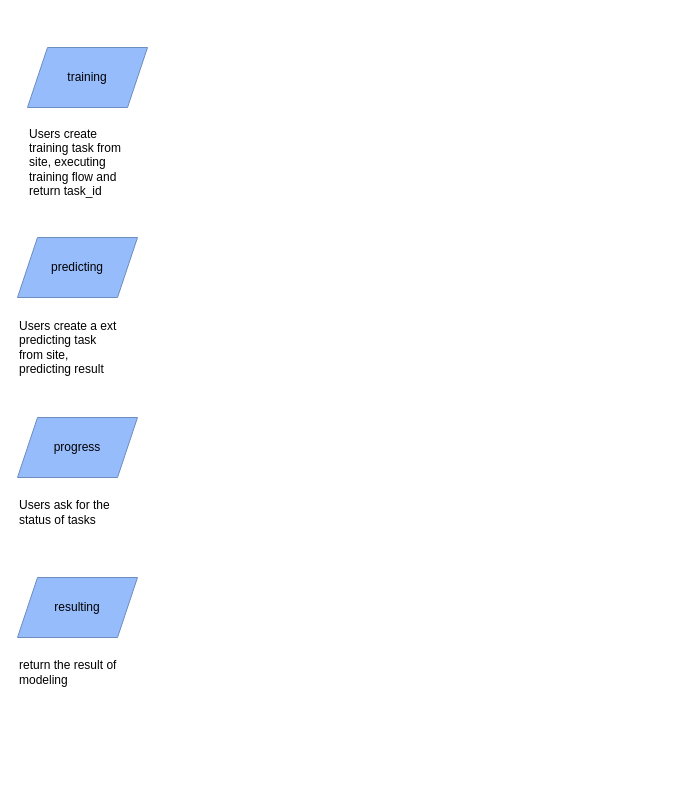
Before: page "API" (2 of 4) of graph/modeling_api.drawio in ychuang789/labelapi, a draw.io diagram. Source tidied: cells renumbered, new cells numbered last; positions are measured from the earlier drawing's top-left corner, leaving out a move shared by most shapes. Both pictures are drawn from the tidied source at 100%, with x=0, y=0 at pixel (17, 47).
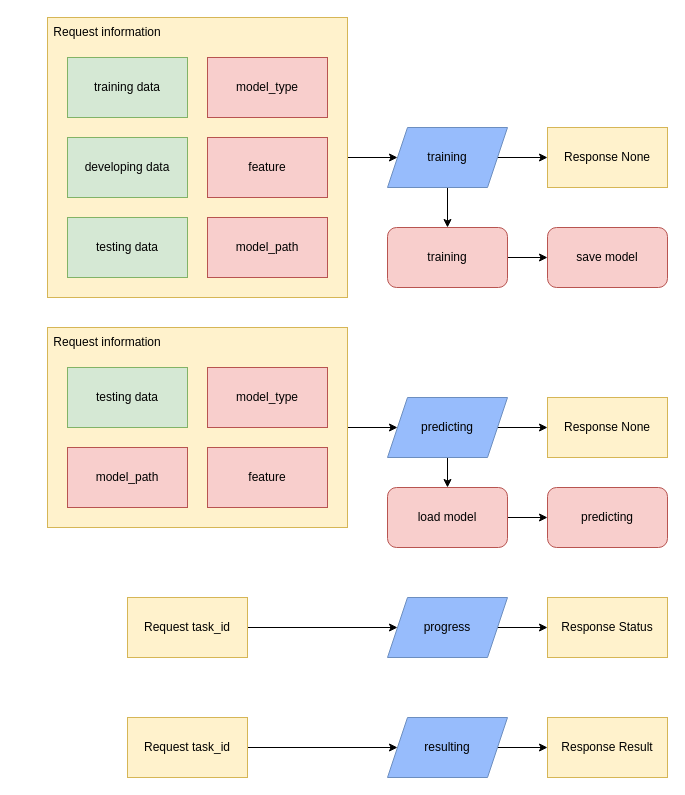
The same page after the edit.

Diff of the diagram source:
```diff
@@
+    <mxCell id="10" style="edgeStyle=orthogonalEdgeStyle;rounded=0;jettySize=auto;html=1;exitX=1;exitY=0.5;exitDx=0;exitDy=0;" parent="1" edge="1" source="18" target="2">
+      <mxGeometry relative="1" as="geometry" />
+    </mxCell>
+    <mxCell id="11" style="edgeStyle=orthogonalEdgeStyle;rounded=0;jettySize=auto;html=1;entryX=0;entryY=0.5;entryDx=0;entryDy=0;" parent="1" edge="1" source="2" target="34">
+      <mxGeometry relative="1" as="geometry" />
+    </mxCell>
+    <mxCell id="12" style="edgeStyle=orthogonalEdgeStyle;rounded=0;jettySize=auto;html=1;entryX=0.5;entryY=0;entryDx=0;entryDy=0;" parent="1" edge="1" source="2" target="43">
+      <mxGeometry relative="1" as="geometry" />
+    </mxCell>
     <mxCell id="2" value="training" style="shape=parallelogram;perimeter=parallelogramPerimeter;whiteSpace=wrap;html=1;fixedSize=1;align=center;fillColor=#97BCFC;strokeColor=#6c8ebf;" parent="1" vertex="1">
-      <mxGeometry x="10" width="120" height="60" as="geometry" />
+      <mxGeometry x="370" y="80" width="120" height="60" as="geometry" />
     </mxCell>
+    <mxCell id="13" style="edgeStyle=orthogonalEdgeStyle;rounded=0;jettySize=auto;html=1;entryX=0;entryY=0.5;entryDx=0;entryDy=0;" parent="1" edge="1" source="3" target="35">
+      <mxGeometry relative="1" as="geometry" />
+    </mxCell>
+    <mxCell id="14" style="edgeStyle=orthogonalEdgeStyle;rounded=0;jettySize=auto;html=1;entryX=0.5;entryY=0;entryDx=0;entryDy=0;" parent="1" edge="1" source="3" target="46">
+      <mxGeometry relative="1" as="geometry" />
+    </mxCell>
     <mxCell id="3" value="predicting" style="shape=parallelogram;perimeter=parallelogramPerimeter;whiteSpace=wrap;html=1;fixedSize=1;align=center;fillColor=#97BCFC;strokeColor=#6c8ebf;" parent="1" vertex="1">
-      <mxGeometry y="190" width="120" height="60" as="geometry" />
+      <mxGeometry x="370" y="350" width="120" height="60" as="geometry" />
     </mxCell>
+    <mxCell id="15" style="edgeStyle=orthogonalEdgeStyle;rounded=0;jettySize=auto;html=1;entryX=0;entryY=0.5;entryDx=0;entryDy=0;" parent="1" edge="1" source="4" target="38">
+      <mxGeometry relative="1" as="geometry" />
+    </mxCell>
     <mxCell id="4" value="progress" style="shape=parallelogram;perimeter=parallelogramPerimeter;whiteSpace=wrap;html=1;fixedSize=1;align=center;fillColor=#97BCFC;strokeColor=#6c8ebf;" parent="1" vertex="1">
-      <mxGeometry y="370" width="120" height="60" as="geometry" />
+      <mxGeometry x="370" y="550" width="120" height="60" as="geometry" />
     </mxCell>
+    <mxCell id="16" style="edgeStyle=orthogonalEdgeStyle;rounded=0;jettySize=auto;html=1;entryX=0;entryY=0.5;entryDx=0;entryDy=0;" parent="1" edge="1" source="5" target="41">
+      <mxGeometry relative="1" as="geometry" />
+    </mxCell>
     <mxCell id="5" value="resulting" style="shape=parallelogram;perimeter=parallelogramPerimeter;whiteSpace=wrap;html=1;fixedSize=1;align=center;fillColor=#97BCFC;strokeColor=#6c8ebf;" parent="1" vertex="1">
-      <mxGeometry y="530" width="120" height="60" as="geometry" />
+      <mxGeometry x="370" y="670" width="120" height="60" as="geometry" />
     </mxCell>
-    <mxCell id="6" value="Users create training task from site, executing training flow and return task_id" style="text;html=1;strokeColor=none;fillColor=none;align=left;verticalAlign=middle;whiteSpace=wrap;rounded=0;" parent="1" vertex="1">
-      <mxGeometry x="10" y="70" width="100" height="90" as="geometry" />
-    </mxCell>
-    <mxCell id="7" value="Users create a ext predicting task from site, predicting result" style="text;html=1;strokeColor=none;fillColor=none;align=left;verticalAlign=middle;whiteSpace=wrap;rounded=0;" parent="1" vertex="1">
-      <mxGeometry y="260" width="100" height="80" as="geometry" />
-    </mxCell>
-    <mxCell id="8" value="Users ask for the status of tasks" style="text;html=1;strokeColor=none;fillColor=none;align=left;verticalAlign=middle;whiteSpace=wrap;rounded=0;" parent="1" vertex="1">
-      <mxGeometry y="440" width="100" height="50" as="geometry" />
-    </mxCell>
-    <mxCell id="9" value="return the result of modeling&amp;nbsp;" style="text;html=1;strokeColor=none;fillColor=none;align=left;verticalAlign=middle;whiteSpace=wrap;rounded=0;" parent="1" vertex="1">
-      <mxGeometry y="600" width="100" height="50" as="geometry" />
-    </mxCell>
+    <mxCell id="17" style="group;" parent="1" vertex="1">
+      <mxGeometry x="30" y="-30" width="300" height="280" as="geometry" />
+    </mxCell>
+    <mxCell id="18" style="rounded=0;whiteSpace=wrap;html=1;fillColor=#fff2cc;align=center;strokeColor=#d6b656;" parent="17" vertex="1">
+      <mxGeometry width="300" height="280" as="geometry" />
+    </mxCell>
+    <mxCell id="19" value="training data" style="rounded=0;whiteSpace=wrap;html=1;fillColor=#d5e8d4;align=center;strokeColor=#82b366;" parent="17" vertex="1">
+      <mxGeometry x="20" y="40" width="120" height="60" as="geometry" />
+    </mxCell>
+    <mxCell id="20" value="developing data" style="rounded=0;whiteSpace=wrap;html=1;fillColor=#d5e8d4;align=center;strokeColor=#82b366;" parent="17" vertex="1">
+      <mxGeometry x="20" y="120" width="120" height="60" as="geometry" />
+    </mxCell>
+    <mxCell id="21" value="testing data" style="rounded=0;whiteSpace=wrap;html=1;fillColor=#d5e8d4;align=center;strokeColor=#82b366;" parent="17" vertex="1">
+      <mxGeometry x="20" y="200" width="120" height="60" as="geometry" />
+    </mxCell>
+    <mxCell id="22" value="model_type" style="rounded=0;whiteSpace=wrap;html=1;fillColor=#f8cecc;align=center;strokeColor=#b85450;" parent="17" vertex="1">
+      <mxGeometry x="160" y="40" width="120" height="60" as="geometry" />
+    </mxCell>
+    <mxCell id="23" value="feature" style="rounded=0;whiteSpace=wrap;html=1;fillColor=#f8cecc;align=center;strokeColor=#b85450;" parent="17" vertex="1">
+      <mxGeometry x="160" y="120" width="120" height="60" as="geometry" />
+    </mxCell>
+    <mxCell id="24" value="model_path" style="rounded=0;whiteSpace=wrap;html=1;fillColor=#f8cecc;align=center;strokeColor=#b85450;" parent="17" vertex="1">
+      <mxGeometry x="160" y="200" width="120" height="60" as="geometry" />
+    </mxCell>
+    <mxCell id="25" value="Request information" style="text;html=1;strokeColor=none;fillColor=none;align=center;verticalAlign=middle;whiteSpace=wrap;rounded=0;" parent="17" vertex="1">
+      <mxGeometry width="120" height="30" as="geometry" />
+    </mxCell>
+    <mxCell id="26" style="edgeStyle=orthogonalEdgeStyle;rounded=0;jettySize=auto;html=1;entryX=0;entryY=0.5;entryDx=0;entryDy=0;" parent="1" edge="1" source="28" target="3">
+      <mxGeometry relative="1" as="geometry" />
+    </mxCell>
+    <mxCell id="27" style="group;" parent="1" vertex="1">
+      <mxGeometry x="30" y="280" width="300" height="200" as="geometry" />
+    </mxCell>
+    <mxCell id="28" style="rounded=0;whiteSpace=wrap;html=1;fillColor=#fff2cc;align=center;strokeColor=#d6b656;" parent="27" vertex="1">
+      <mxGeometry width="300" height="200" as="geometry" />
+    </mxCell>
+    <mxCell id="29" value="testing data" style="rounded=0;whiteSpace=wrap;html=1;fillColor=#d5e8d4;align=center;strokeColor=#82b366;" parent="27" vertex="1">
+      <mxGeometry x="20" y="40" width="120" height="60" as="geometry" />
+    </mxCell>
+    <mxCell id="30" value="model_type" style="rounded=0;whiteSpace=wrap;html=1;fillColor=#f8cecc;align=center;strokeColor=#b85450;" parent="27" vertex="1">
+      <mxGeometry x="160" y="40" width="120" height="60" as="geometry" />
+    </mxCell>
+    <mxCell id="31" value="feature" style="rounded=0;whiteSpace=wrap;html=1;fillColor=#f8cecc;align=center;strokeColor=#b85450;" parent="27" vertex="1">
+      <mxGeometry x="160" y="120" width="120" height="60" as="geometry" />
+    </mxCell>
+    <mxCell id="32" value="model_path" style="rounded=0;whiteSpace=wrap;html=1;fillColor=#f8cecc;align=center;strokeColor=#b85450;" parent="27" vertex="1">
+      <mxGeometry x="20" y="120" width="120" height="60" as="geometry" />
+    </mxCell>
+    <mxCell id="33" value="Request information" style="text;html=1;strokeColor=none;fillColor=none;align=center;verticalAlign=middle;whiteSpace=wrap;rounded=0;" parent="27" vertex="1">
+      <mxGeometry width="120" height="30" as="geometry" />
+    </mxCell>
+    <mxCell id="34" value="Response None" style="rounded=0;whiteSpace=wrap;html=1;strokeColor=#d6b656;fillColor=#fff2cc;align=center;" parent="1" vertex="1">
+      <mxGeometry x="530" y="80" width="120" height="60" as="geometry" />
+    </mxCell>
+    <mxCell id="35" value="Response None" style="rounded=0;whiteSpace=wrap;html=1;strokeColor=#d6b656;fillColor=#fff2cc;align=center;" parent="1" vertex="1">
+      <mxGeometry x="530" y="350" width="120" height="60" as="geometry" />
+    </mxCell>
+    <mxCell id="36" style="edgeStyle=orthogonalEdgeStyle;rounded=0;jettySize=auto;html=1;entryX=0;entryY=0.5;entryDx=0;entryDy=0;" parent="1" edge="1" source="37" target="4">
+      <mxGeometry relative="1" as="geometry" />
+    </mxCell>
+    <mxCell id="37" value="Request task_id" style="rounded=0;whiteSpace=wrap;html=1;strokeColor=#d6b656;fillColor=#fff2cc;align=center;" parent="1" vertex="1">
+      <mxGeometry x="110" y="550" width="120" height="60" as="geometry" />
+    </mxCell>
+    <mxCell id="38" value="Response Status" style="rounded=0;whiteSpace=wrap;html=1;strokeColor=#d6b656;fillColor=#fff2cc;align=center;" parent="1" vertex="1">
+      <mxGeometry x="530" y="550" width="120" height="60" as="geometry" />
+    </mxCell>
+    <mxCell id="39" style="edgeStyle=orthogonalEdgeStyle;rounded=0;jettySize=auto;html=1;" parent="1" edge="1" source="40" target="5">
+      <mxGeometry relative="1" as="geometry" />
+    </mxCell>
+    <mxCell id="40" value="Request task_id" style="rounded=0;whiteSpace=wrap;html=1;strokeColor=#d6b656;fillColor=#fff2cc;align=center;" parent="1" vertex="1">
+      <mxGeometry x="110" y="670" width="120" height="60" as="geometry" />
+    </mxCell>
+    <mxCell id="41" value="Response Result" style="rounded=0;whiteSpace=wrap;html=1;strokeColor=#d6b656;fillColor=#fff2cc;align=center;" parent="1" vertex="1">
+      <mxGeometry x="530" y="670" width="120" height="60" as="geometry" />
+    </mxCell>
+    <mxCell id="42" style="edgeStyle=orthogonalEdgeStyle;rounded=0;jettySize=auto;html=1;" parent="1" edge="1" source="43" target="44">
+      <mxGeometry relative="1" as="geometry" />
+    </mxCell>
+    <mxCell id="43" value="training" style="rounded=1;whiteSpace=wrap;html=1;strokeColor=#b85450;fillColor=#f8cecc;align=center;" parent="1" vertex="1">
+      <mxGeometry x="370" y="180" width="120" height="60" as="geometry" />
+    </mxCell>
+    <mxCell id="44" value="save model" style="whiteSpace=wrap;html=1;rounded=1;strokeColor=#b85450;fillColor=#f8cecc;" parent="1" vertex="1">
+      <mxGeometry x="530" y="180" width="120" height="60" as="geometry" />
+    </mxCell>
+    <mxCell id="45" style="edgeStyle=orthogonalEdgeStyle;rounded=0;jettySize=auto;html=1;" parent="1" edge="1" source="46" target="47">
+      <mxGeometry relative="1" as="geometry" />
+    </mxCell>
+    <mxCell id="46" value="load model" style="rounded=1;whiteSpace=wrap;html=1;strokeColor=#b85450;fillColor=#f8cecc;align=center;" parent="1" vertex="1">
+      <mxGeometry x="370" y="440" width="120" height="60" as="geometry" />
+    </mxCell>
+    <mxCell id="47" value="predicting" style="whiteSpace=wrap;html=1;rounded=1;strokeColor=#b85450;fillColor=#f8cecc;" parent="1" vertex="1">
+      <mxGeometry x="530" y="440" width="120" height="60" as="geometry" />
+    </mxCell>
```
